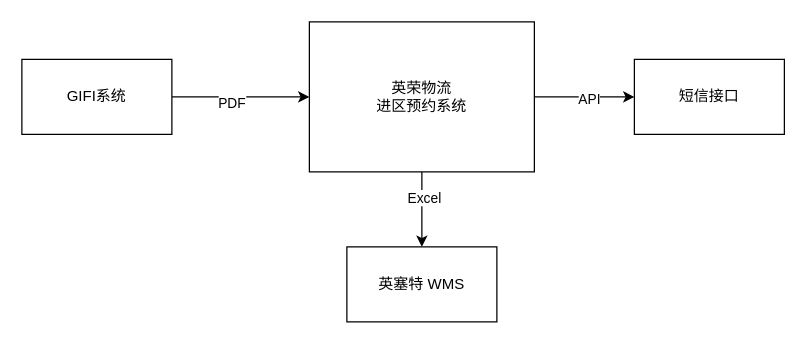
Above: page "系统上下文" (2 of 5) of shrine-doc/进区预约系统.drawio in easefulfil/CLOUDCARE (draw.io), before the change. Source tidied: cells renumbered, new cells numbered last; positions are measured from the earlier drawing's top-left corner, leaving out a move shared by most shapes. Both pictures are drawn from the tidied source at 125%, with x=0, y=0 at pixel (21, 21).
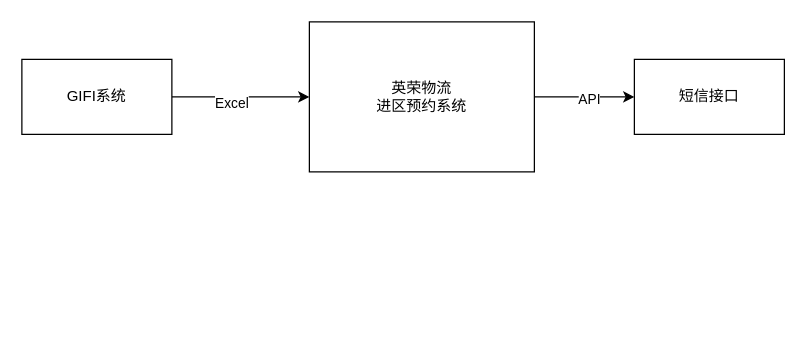
The same diagram, later.

The edit, as a diff of the source:
```diff
@@
 <mxGraphModel>
   <root>
     <mxCell id="0" />
     <mxCell id="1" parent="0" />
-    <mxCell id="2" style="edgeStyle=orthogonalEdgeStyle;rounded=0;jettySize=auto;html=1;entryX=0.5;entryY=0;entryDx=0;entryDy=0;" parent="1" edge="1" source="6" target="7">
-      <mxGeometry relative="1" as="geometry" />
-    </mxCell>
-    <mxCell id="3" value="Excel" style="edgeLabel;html=1;align=center;verticalAlign=middle;" parent="2" vertex="1">
-      <mxGeometry x="-0.33" y="1" relative="1" as="geometry" />
-    </mxCell>
     <mxCell id="4" style="edgeStyle=orthogonalEdgeStyle;rounded=0;jettySize=auto;html=1;" parent="1" edge="1" source="6" target="8">
       <mxGeometry relative="1" as="geometry" />
     </mxCell>
     <mxCell id="5" value="API" style="edgeLabel;html=1;align=center;verticalAlign=middle;" parent="4" vertex="1">
       <mxGeometry x="0.07" y="-1" relative="1" as="geometry" />
     </mxCell>
     <mxCell id="6" value="英荣物流&lt;br&gt;进区预约系统" style="rounded=0;whiteSpace=wrap;html=1;" parent="1" vertex="1">
       <mxGeometry x="230" width="180" height="120" as="geometry" />
     </mxCell>
-    <mxCell id="7" value="英塞特 WMS" style="rounded=0;whiteSpace=wrap;html=1;" parent="1" vertex="1">
-      <mxGeometry x="260" y="180" width="120" height="60" as="geometry" />
-    </mxCell>
     <mxCell id="8" value="短信接口" style="rounded=0;whiteSpace=wrap;html=1;" parent="1" vertex="1">
       <mxGeometry x="490" y="30" width="120" height="60" as="geometry" />
     </mxCell>
     <mxCell id="9" style="edgeStyle=orthogonalEdgeStyle;rounded=0;jettySize=auto;html=1;" parent="1" edge="1" source="11" target="6">
       <mxGeometry relative="1" as="geometry" />
     </mxCell>
-    <mxCell id="10" value="PDF" style="edgeLabel;html=1;align=center;verticalAlign=middle;" parent="9" vertex="1">
+    <mxCell id="10" value="Excel" style="edgeLabel;html=1;align=center;verticalAlign=middle;" parent="9" vertex="1">
       <mxGeometry x="-0.15" y="-4" relative="1" as="geometry" />
     </mxCell>
     <mxCell id="11" value="GIFI系统" style="rounded=0;whiteSpace=wrap;html=1;" parent="1" vertex="1">
       <mxGeometry y="30" width="120" height="60" as="geometry" />
     </mxCell>
   </root>
 </mxGraphModel>
```
